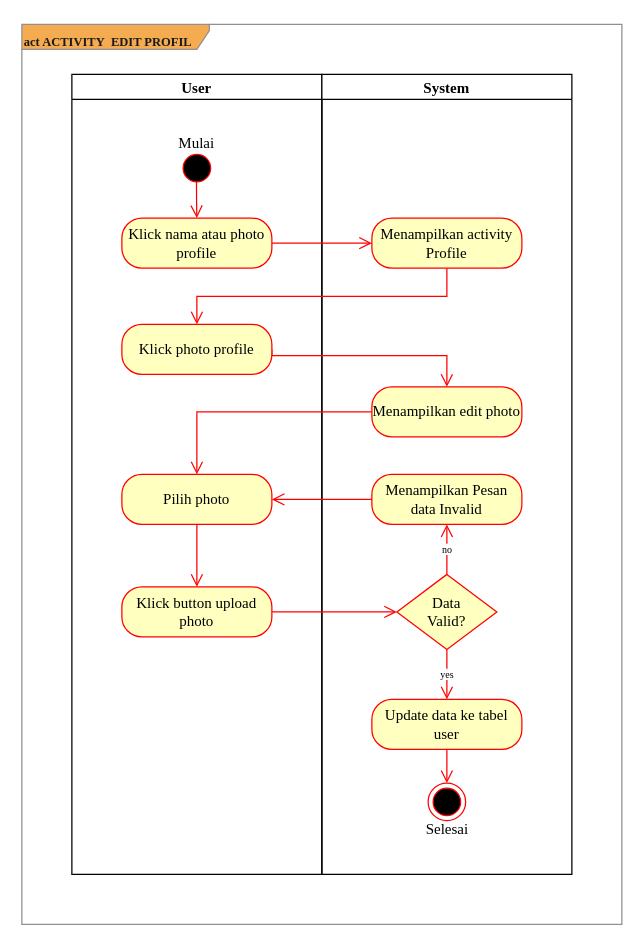
The draw.io diagram page "act-edit-profil" (3 of 10) of saga-activity-diagram-register.drawio in AkbarMarunduri/Saga-Diagram, before the edit. Source tidied: cells renumbered, new cells numbered last; positions are measured from the earlier drawing's top-left corner, leaving out a move shared by most shapes. Both pictures are drawn from the tidied source at 125%, with x=0, y=0 at pixel (21, 24).
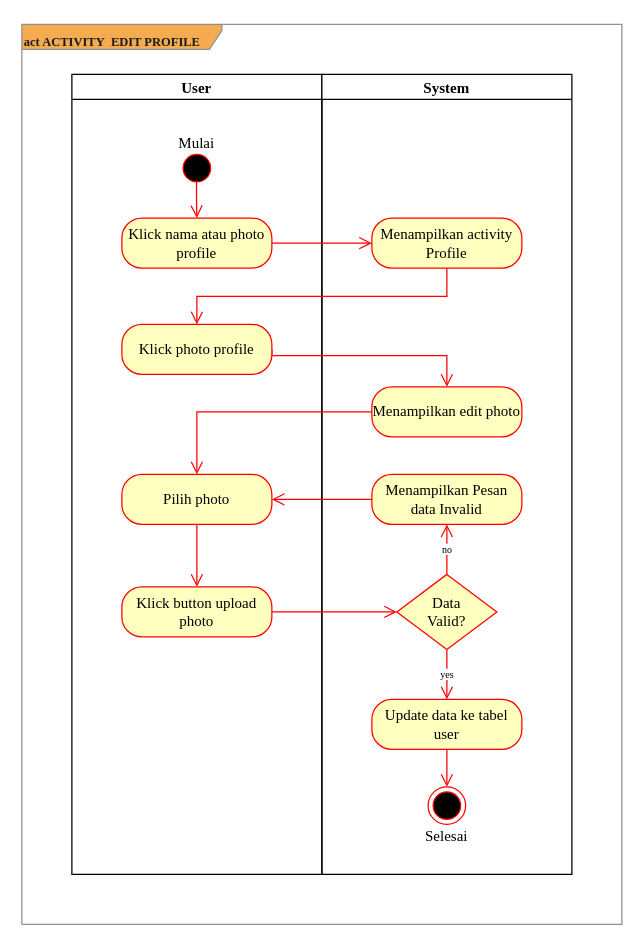
After the change.

The change refers to these unchanged cells:
```xml
<mxCell id="5" value="System" style="swimlane;startSize=20;hachureGap=4;fontFamily=Times New Roman;fontSize=12;align=center;" parent="1" vertex="1">
  <mxGeometry x="240" y="40" width="200" height="640" as="geometry" />
</mxCell>
<mxCell id="13" value="Update data ke tabel user" style="rounded=1;whiteSpace=wrap;html=1;arcSize=40;fontColor=#000000;fillColor=#ffffc0;strokeColor=#FF0000;hachureGap=4;fontFamily=Times New Roman;fontSize=12;align=center;" parent="5" vertex="1">
  <mxGeometry x="40" y="500" width="120" height="40" as="geometry" />
</mxCell>
```

The edit, as a diff of the source:
```diff
@@
-    <mxCell id="2" value="&lt;font size=&quot;1&quot;&gt;&lt;b&gt;act ACTIVITY&amp;nbsp; EDIT PROFIL&lt;/b&gt;&lt;/font&gt;" style="shape=umlFrame;whiteSpace=wrap;html=1;hachureGap=4;fontFamily=Times New Roman;fontSize=20;width=150;height=20;fillColor=#F5AB50;strokeColor=#909090;fontColor=#1A1A1A;align=left;" parent="1" vertex="1">
+    <mxCell id="2" value="&lt;font size=&quot;1&quot;&gt;&lt;b&gt;act ACTIVITY&amp;nbsp; EDIT PROFILE&lt;/b&gt;&lt;/font&gt;" style="shape=umlFrame;whiteSpace=wrap;html=1;hachureGap=4;fontFamily=Times New Roman;fontSize=20;width=160;height=20;fillColor=#F5AB50;strokeColor=#909090;fontColor=#1A1A1A;align=left;" parent="1" vertex="1">
       <mxGeometry width="480" height="720" as="geometry" />
     </mxCell>
@@
-    <mxCell id="8" value="&lt;br&gt;&lt;br&gt;&lt;br&gt;Selesai" style="ellipse;html=1;shape=endState;fillColor=#000000;strokeColor=#ff0000;hachureGap=4;fontFamily=Times New Roman;fontSize=12;align=center;" parent="5" vertex="1">
-      <mxGeometry x="85" y="567" width="30" height="30" as="geometry" />
-    </mxCell>
@@
-    <mxCell id="14" style="edgeStyle=orthogonalEdgeStyle;rounded=0;hachureGap=4;jettySize=auto;html=1;exitX=0.5;exitY=1;exitDx=0;exitDy=0;fontFamily=Times New Roman;fontSize=8;endArrow=open;startSize=14;endSize=8;sourcePerimeterSpacing=8;targetPerimeterSpacing=8;entryX=0.5;entryY=0;entryDx=0;entryDy=0;strokeColor=#FF0000;" parent="5" edge="1" source="13" target="8">
+    <mxCell id="14" style="edgeStyle=orthogonalEdgeStyle;rounded=0;hachureGap=4;jettySize=auto;html=1;exitX=0.5;exitY=1;exitDx=0;exitDy=0;fontFamily=Times New Roman;fontSize=8;endArrow=open;startSize=14;endSize=8;sourcePerimeterSpacing=8;targetPerimeterSpacing=8;entryX=0.5;entryY=0;entryDx=0;entryDy=0;strokeColor=#FF0000;" parent="5" edge="1" source="13" target="29">
       <mxGeometry relative="1" as="geometry" />
     </mxCell>
+    <mxCell id="28" style="group;" parent="5" vertex="1">
+      <mxGeometry x="70" y="570" width="60" height="55" as="geometry" />
+    </mxCell>
+    <mxCell id="29" style="ellipse;html=1;shape=endState;fillColor=#000000;strokeColor=#ff0000;hachureGap=4;fontFamily=Times New Roman;fontSize=12;align=center;" parent="28" vertex="1">
+      <mxGeometry x="15" width="30" height="30" as="geometry" />
+    </mxCell>
+    <mxCell id="8" value="&lt;font style=&quot;font-size: 12px&quot;&gt;Selesai&lt;/font&gt;" style="text;html=1;strokeColor=none;fillColor=none;align=center;verticalAlign=middle;whiteSpace=wrap;rounded=0;hachureGap=4;fontFamily=Times New Roman;fontSize=8;" parent="28" vertex="1">
+      <mxGeometry y="25" width="60" height="30" as="geometry" />
+    </mxCell>
```
